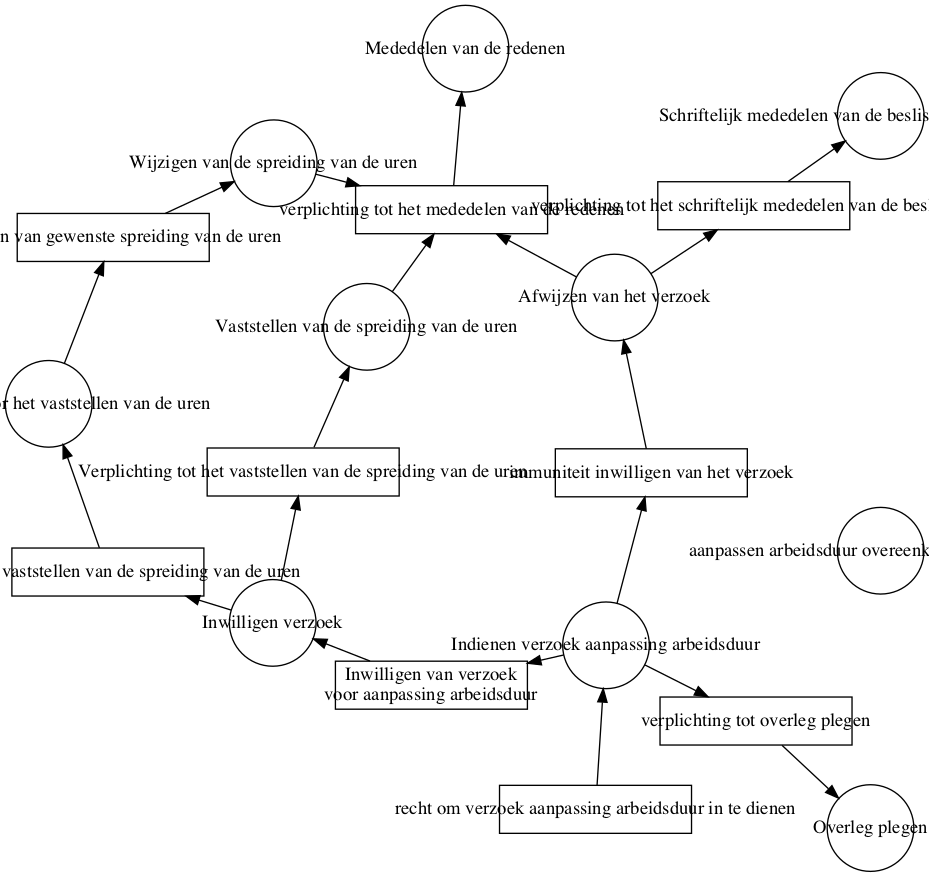
The Graphviz diagram graphviz/visualiser.png in diederikd/DeBrug, before a commit. Its source is kept beside it as graphviz/visualiser.gv.
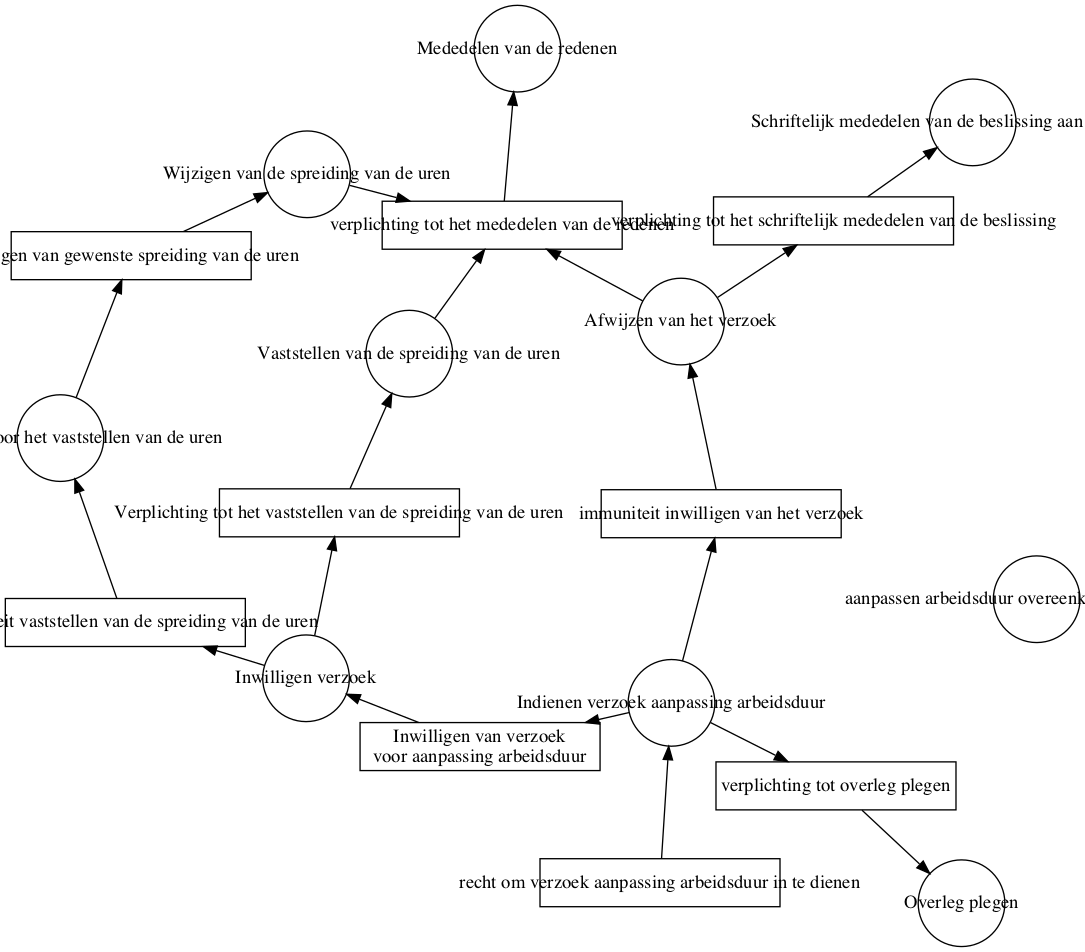
The same diagram one commit later.

Diff of the diagram source:
```diff
@@ -4,7 +4,7 @@
 
 digraph diagram{
 node [shape=circle,fixedsize=true,width=0.9];"Indienen verzoek aanpassing arbeidsduur"; "Overleg plegen"; "Inwilligen verzoek"; "Afwijzen van het verzoek"; "Vaststellen van de spreiding van de uren"; "Wijzigen van de spreiding van de uren"; "Immuniteit voor het vaststellen van de uren"; "Schriftelijk mededelen van de beslissing aan de werknemer"; "Mededelen van de redenen"; "aanpassen arbeidsduur overeenkomstig het verzoek";
-node [shape=box, width=2];"recht om verzoek aanpassing arbeidsduur in te dienen"; "verplichting tot overleg plegen"; "Inwilligen van verzoek
+node [shape=box, width=2.5];"recht om verzoek aanpassing arbeidsduur in te dienen"; "verplichting tot overleg plegen"; "Inwilligen van verzoek
 voor aanpassing arbeidsduur"; "immuniteit inwilligen van het verzoek"; "Verplichting tot het vaststellen van de spreiding van de uren"; "immuniteit vaststellen van de spreiding van de uren"; "wijzigen van gewenste spreiding van de uren"; "verplichting tot het schriftelijk mededelen van de beslissing"; "verplichting tot het mededelen van de redenen";
 "recht om verzoek aanpassing arbeidsduur in te dienen"->"Indienen verzoek aanpassing arbeidsduur";
 
@@ -37,5 +37,5 @@
 "Wijzigen van de spreiding van de uren"->"verplichting tot het mededelen van de redenen";
 "Immuniteit voor het vaststellen van de uren"->"wijzigen van gewenste spreiding van de uren";
 overlap=false
-fontsize=12;
+fontsize=10;
 }
```
